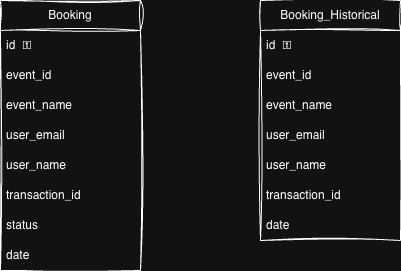
blaze2189/arquitecturas-java keeps this draw.io diagram as diagrams/database/booking_database.png. Above is the earlier version. Source tidied: cells renumbered, new cells last; positions are measured from the earlier drawing's top-left corner, leaving out a move shared by most shapes.
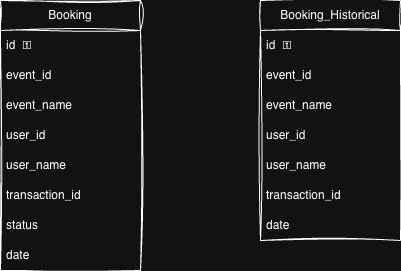
Above is the later version.

Commit message:
Database Model

What changed in the source:
```diff
@@ -14,7 +14,7 @@
     <mxCell id="5" value="event_name" style="text;strokeColor=none;fillColor=none;align=left;verticalAlign=middle;spacingLeft=4;spacingRight=4;overflow=hidden;whiteSpace=wrap;html=1;sketch=1;curveFitting=1;jiggle=2;" parent="2" vertex="1">
       <mxGeometry y="90" width="140" height="30" as="geometry" />
     </mxCell>
-    <mxCell id="6" value="user_email" style="text;strokeColor=none;fillColor=none;align=left;verticalAlign=middle;spacingLeft=4;spacingRight=4;overflow=hidden;whiteSpace=wrap;html=1;sketch=1;curveFitting=1;jiggle=2;" parent="2" vertex="1">
+    <mxCell id="6" value="user_id" style="text;strokeColor=none;fillColor=none;align=left;verticalAlign=middle;spacingLeft=4;spacingRight=4;overflow=hidden;whiteSpace=wrap;html=1;sketch=1;curveFitting=1;jiggle=2;" parent="2" vertex="1">
       <mxGeometry y="120" width="140" height="30" as="geometry" />
     </mxCell>
     <mxCell id="7" value="user_name" style="text;strokeColor=none;fillColor=none;align=left;verticalAlign=middle;spacingLeft=4;spacingRight=4;overflow=hidden;whiteSpace=wrap;html=1;sketch=1;curveFitting=1;jiggle=2;" parent="2" vertex="1">
@@ -41,7 +41,7 @@
     <mxCell id="14" value="event_name" style="text;strokeColor=none;fillColor=none;align=left;verticalAlign=middle;spacingLeft=4;spacingRight=4;overflow=hidden;whiteSpace=wrap;html=1;sketch=1;curveFitting=1;jiggle=2;" parent="11" vertex="1">
       <mxGeometry y="90" width="140" height="30" as="geometry" />
     </mxCell>
-    <mxCell id="15" value="user_email" style="text;strokeColor=none;fillColor=none;align=left;verticalAlign=middle;spacingLeft=4;spacingRight=4;overflow=hidden;whiteSpace=wrap;html=1;sketch=1;curveFitting=1;jiggle=2;" parent="11" vertex="1">
+    <mxCell id="15" value="user_id" style="text;strokeColor=none;fillColor=none;align=left;verticalAlign=middle;spacingLeft=4;spacingRight=4;overflow=hidden;whiteSpace=wrap;html=1;sketch=1;curveFitting=1;jiggle=2;" parent="11" vertex="1">
       <mxGeometry y="120" width="140" height="30" as="geometry" />
     </mxCell>
     <mxCell id="16" value="user_name" style="text;strokeColor=none;fillColor=none;align=left;verticalAlign=middle;spacingLeft=4;spacingRight=4;overflow=hidden;whiteSpace=wrap;html=1;sketch=1;curveFitting=1;jiggle=2;" parent="11" vertex="1">
```
